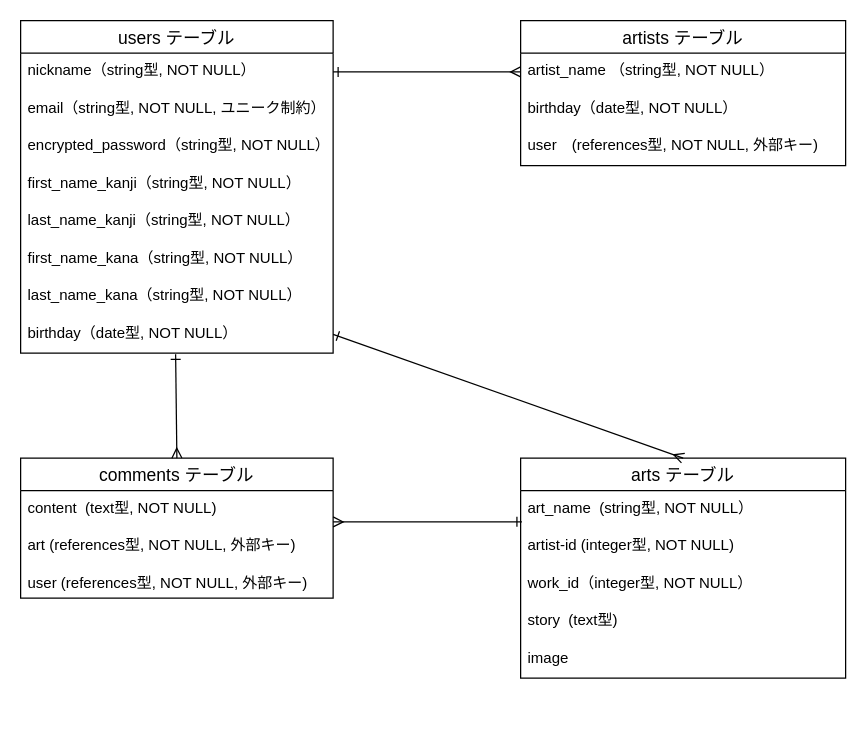
Above: test.dio in Tanaka925/original_app (draw.io), before the change. Source tidied: cells renumbered, new cells numbered last; positions are measured from the earlier drawing's top-left corner, leaving out a move shared by most shapes. Both pictures are drawn from the tidied source at 125%, with x=0, y=0 at pixel (20, 20).
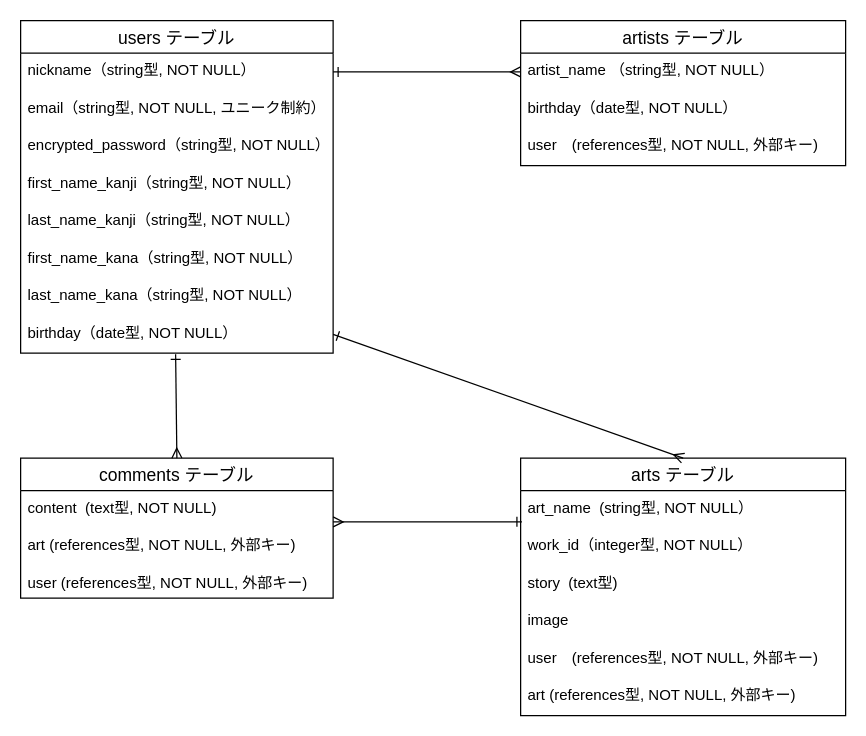
The same page after the edit.

The edit, as a diff of the source:
```diff
@@
     <mxCell id="16" value="arts テーブル" style="swimlane;fontStyle=0;horizontal=1;startSize=26;align=center;fontSize=14;" parent="1" vertex="1">
-      <mxGeometry x="400" y="350" width="260" height="176" as="geometry" />
+      <mxGeometry x="400" y="350" width="260" height="206" as="geometry" />
     </mxCell>
@@
-    <mxCell id="18" value="artist-id (integer型, NOT NULL)" style="text;strokeColor=none;fillColor=none;spacingLeft=4;spacingRight=4;overflow=hidden;fontSize=12;" parent="16" vertex="1">
-      <mxGeometry y="56" width="260" height="30" as="geometry" />
-    </mxCell>
     <mxCell id="19" value="work_id（integer型, NOT NULL）" style="text;strokeColor=none;fillColor=none;spacingLeft=4;spacingRight=4;overflow=hidden;fontSize=12;" parent="16" vertex="1">
-      <mxGeometry y="86" width="260" height="30" as="geometry" />
+      <mxGeometry y="56" width="260" height="30" as="geometry" />
     </mxCell>
     <mxCell id="20" value="story  (text型)&#10;&#10;" style="text;strokeColor=none;fillColor=none;spacingLeft=4;spacingRight=4;overflow=hidden;fontSize=12;" parent="16" vertex="1">
-      <mxGeometry y="116" width="260" height="30" as="geometry" />
+      <mxGeometry y="86" width="260" height="30" as="geometry" />
     </mxCell>
     <mxCell id="21" value="image" style="text;strokeColor=none;fillColor=none;spacingLeft=4;spacingRight=4;overflow=hidden;fontSize=12;" parent="16" vertex="1">
-      <mxGeometry y="146" width="260" height="30" as="geometry" />
+      <mxGeometry y="116" width="260" height="30" as="geometry" />
     </mxCell>
+    <mxCell id="29" value="user　(references型, NOT NULL, 外部キー)" style="text;strokeColor=none;fillColor=none;spacingLeft=4;spacingRight=4;overflow=hidden;fontSize=12;" parent="16" vertex="1">
+      <mxGeometry y="146" width="260" height="30" as="geometry" />
+    </mxCell>
+    <mxCell id="30" value="art (references型, NOT NULL, 外部キー)" style="text;strokeColor=none;fillColor=none;spacingLeft=4;spacingRight=4;overflow=hidden;fontSize=12;" parent="16" vertex="1">
+      <mxGeometry y="176" width="260" height="30" as="geometry" />
+    </mxCell>
```
